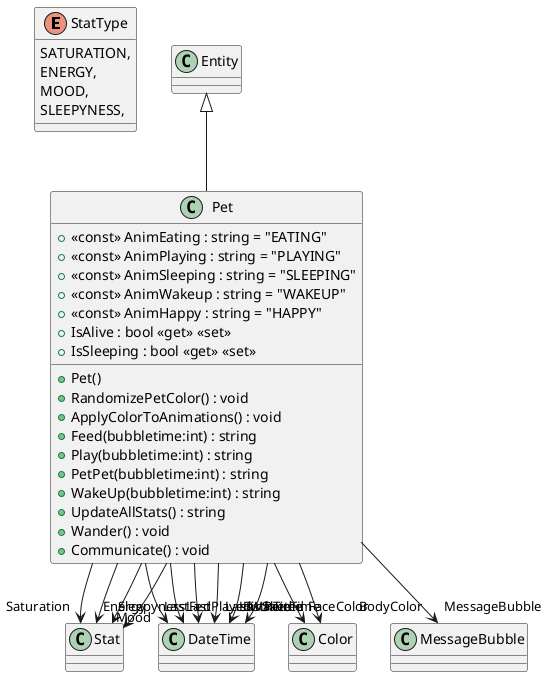
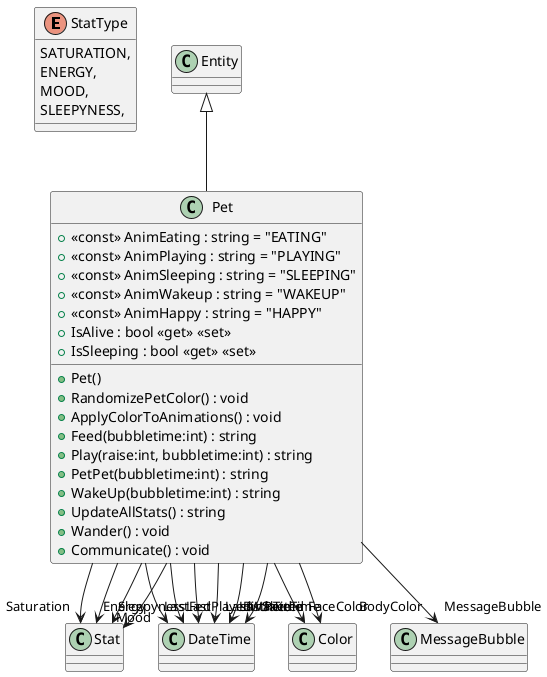
@startuml
enum StatType {
    SATURATION,
    ENERGY,
    MOOD,
    SLEEPYNESS,
}
class Pet {
    + <<const>> AnimEating : string = "EATING"
    + <<const>> AnimPlaying : string = "PLAYING"
    + <<const>> AnimSleeping : string = "SLEEPING"
    + <<const>> AnimWakeup : string = "WAKEUP"
    + <<const>> AnimHappy : string = "HAPPY"
    + IsAlive : bool <<get>> <<set>>
    + IsSleeping : bool <<get>> <<set>>
    + Pet()
    + RandomizePetColor() : void
    + ApplyColorToAnimations() : void
    + Feed(bubbletime:int) : string
-     + Play(bubbletime:int) : string
+     + Play(raise:int, bubbletime:int) : string
    + PetPet(bubbletime:int) : string
    + WakeUp(bubbletime:int) : string
    + UpdateAllStats() : string
    + Wander() : void
    + Communicate() : void
}
Entity <|-- Pet
Pet --> "Saturation" Stat
Pet --> "Energy" Stat
Pet --> "Mood" Stat
Pet --> "Sleepyness" Stat
Pet --> "LastFed" DateTime
Pet --> "LastPlayed" DateTime
Pet --> "LastPetted" DateTime
Pet --> "LastWaked" DateTime
Pet --> "BirthTime" DateTime
Pet --> "SaveTime" DateTime
Pet --> "FaceColor" Color
Pet --> "BodyColor" Color
Pet --> "MessageBubble" MessageBubble
@enduml
